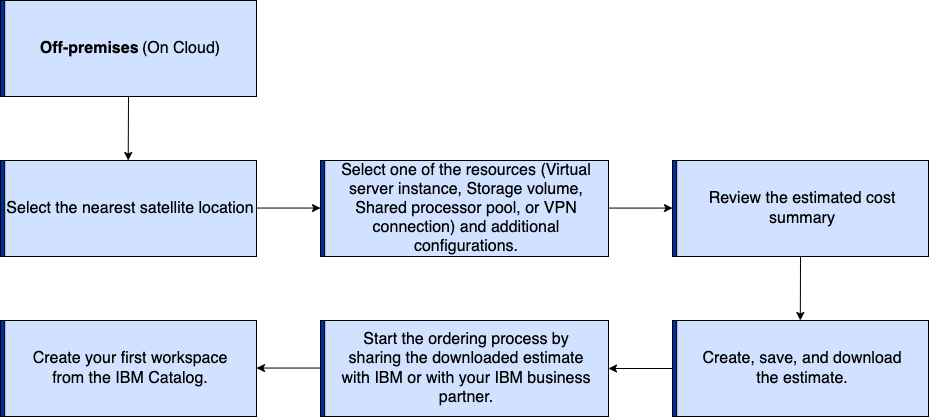
Before: figures/PowerVS-lifecycle_on-cloud.png, a diagram exported from draw.io (ibm-cloud-docs/power-iaas). Source tidied: cells renumbered, new cells last; positions are measured from the earlier drawing's top-left corner, leaving out a move shared by most shapes. The source it was exported from:
```xml
<mxGraphModel>
  <root>
    <mxCell id="0" />
    <mxCell id="1" parent="0" />
    <mxCell id="2" style="rounded=0;whiteSpace=wrap;html=1;gradientColor=#002d9c;fillColor=#002d9c;strokeColor=#000000;" parent="1" vertex="1">
      <mxGeometry width="4.2" height="96" as="geometry" />
    </mxCell>
    <mxCell id="3" value="&lt;b style=&quot;border-color: var(--border-color); text-align: left;&quot;&gt;&lt;font style=&quot;font-size: 16px;&quot; face=&quot;Helvetica&quot;&gt;Off-premises&lt;/font&gt;&lt;/b&gt;&amp;nbsp;&lt;font style=&quot;font-size: 16px;&quot; face=&quot;Helvetica&quot;&gt;(On Cloud)&lt;/font&gt;" style="rounded=0;whiteSpace=wrap;html=1;strokeColor=#000000;fillColor=#D0E2FF;" parent="1" vertex="1">
      <mxGeometry x="4.2" width="251.8" height="96" as="geometry" />
    </mxCell>
    <mxCell id="4" style="rounded=0;whiteSpace=wrap;html=1;gradientColor=#002d9c;fillColor=#002d9c;strokeColor=#000000;" parent="1" vertex="1">
      <mxGeometry y="160" width="4.2" height="96" as="geometry" />
    </mxCell>
    <mxCell id="5" value="&lt;font face=&quot;Helvetica&quot; style=&quot;font-size: 16px;&quot;&gt;Select the nearest satellite location&lt;/font&gt;" style="rounded=0;whiteSpace=wrap;html=1;strokeColor=#000000;fillColor=#D0E2FF;" parent="1" vertex="1">
      <mxGeometry x="4.2" y="160" width="251.8" height="96" as="geometry" />
    </mxCell>
    <mxCell id="6" style="rounded=0;whiteSpace=wrap;html=1;gradientColor=#002d9c;fillColor=#002d9c;strokeColor=#000000;" parent="1" vertex="1">
      <mxGeometry x="320" y="160" width="4.2" height="96" as="geometry" />
    </mxCell>
    <mxCell id="7" value="&lt;div style=&quot;border-color: var(--border-color); font-size: 16px;&quot;&gt;&lt;font face=&quot;Helvetica&quot;&gt;Select one of the resources (Virtual&lt;/font&gt;&lt;/div&gt;&lt;font face=&quot;Helvetica&quot; style=&quot;border-color: var(--border-color); text-align: left; font-size: 16px;&quot;&gt;&lt;div style=&quot;border-color: var(--border-color); text-align: center;&quot;&gt;&lt;span style=&quot;border-color: var(--border-color); background-color: initial;&quot;&gt;server instance, Storage volume,&lt;/span&gt;&lt;/div&gt;&lt;div style=&quot;border-color: var(--border-color); text-align: center;&quot;&gt;&lt;span style=&quot;border-color: var(--border-color); background-color: initial;&quot;&gt;Shared processor pool, or VPN&lt;/span&gt;&lt;/div&gt;&lt;div style=&quot;border-color: var(--border-color); text-align: center;&quot;&gt;&lt;span style=&quot;border-color: var(--border-color); background-color: initial;&quot;&gt;connection) and additional configurations.&lt;/span&gt;&lt;/div&gt;&lt;/font&gt;" style="rounded=0;whiteSpace=wrap;html=1;strokeColor=#000000;fillColor=#D0E2FF;" parent="1" vertex="1">
      <mxGeometry x="324.2" y="160" width="283.8" height="96" as="geometry" />
    </mxCell>
    <mxCell id="8" style="rounded=0;whiteSpace=wrap;html=1;gradientColor=#002d9c;fillColor=#002d9c;strokeColor=#000000;" parent="1" vertex="1">
      <mxGeometry x="672" y="160" width="4.2" height="96" as="geometry" />
    </mxCell>
    <mxCell id="9" value="&lt;font style=&quot;font-size: 16px;&quot;&gt;Review the estimated cost summary&lt;/font&gt;" style="rounded=0;whiteSpace=wrap;html=1;strokeColor=#000000;fillColor=#D0E2FF;" parent="1" vertex="1">
      <mxGeometry x="676.2" y="160" width="251.8" height="96" as="geometry" />
    </mxCell>
    <mxCell id="10" style="rounded=0;whiteSpace=wrap;html=1;gradientColor=#002d9c;fillColor=#002d9c;strokeColor=#000000;" parent="1" vertex="1">
      <mxGeometry y="320" width="4.2" height="96" as="geometry" />
    </mxCell>
    <mxCell id="11" value="&lt;font face=&quot;Helvetica&quot;&gt;&lt;font style=&quot;font-size: 16px;&quot;&gt;Create your first workspace&lt;/font&gt;&lt;span style=&quot;border-color: var(--border-color); font-size: 16px; text-align: left;&quot;&gt;&lt;br style=&quot;border-color: var(--border-color);&quot;&gt;&lt;span style=&quot;border-color: var(--border-color); background-image: initial; background-position: initial; background-size: initial; background-repeat: initial; background-attachment: initial; background-origin: initial; background-clip: initial;&quot;&gt;from the IBM&amp;nbsp;Catalog.&lt;/span&gt;&lt;/span&gt;&lt;/font&gt;" style="rounded=0;whiteSpace=wrap;html=1;strokeColor=#000000;fillColor=#D0E2FF;" parent="1" vertex="1">
      <mxGeometry x="4.2" y="320" width="251.8" height="96" as="geometry" />
    </mxCell>
    <mxCell id="12" style="rounded=0;whiteSpace=wrap;html=1;gradientColor=#002d9c;fillColor=#002d9c;strokeColor=#000000;" parent="1" vertex="1">
      <mxGeometry x="320" y="320" width="4.2" height="96" as="geometry" />
    </mxCell>
    <mxCell id="13" value="&lt;font style=&quot;font-size: 16px;&quot;&gt;Start the ordering process by sharing&amp;nbsp;&lt;/font&gt;&lt;span style=&quot;font-size: 16px; text-align: left;&quot;&gt;the downloaded estimate&lt;br&gt;with IBM or&amp;nbsp;&lt;/span&gt;&lt;span style=&quot;font-size: 16px; text-align: left;&quot;&gt;with your IBM business partner.&lt;/span&gt;" style="rounded=0;whiteSpace=wrap;html=1;strokeColor=#000000;fillColor=#D0E2FF;" parent="1" vertex="1">
      <mxGeometry x="324.2" y="320" width="283.8" height="96" as="geometry" />
    </mxCell>
    <mxCell id="14" style="rounded=0;whiteSpace=wrap;html=1;gradientColor=#002d9c;fillColor=#002d9c;strokeColor=#000000;" parent="1" vertex="1">
      <mxGeometry x="672" y="320" width="4.2" height="96" as="geometry" />
    </mxCell>
    <mxCell id="15" value="&lt;font style=&quot;font-size: 16px;&quot;&gt;Create, save, and download&lt;/font&gt;&lt;br style=&quot;border-color: var(--border-color); font-size: 16px; text-align: left;&quot;&gt;&lt;span style=&quot;font-size: 16px; text-align: left;&quot;&gt;the estimate.&lt;/span&gt;" style="rounded=0;whiteSpace=wrap;html=1;strokeColor=#000000;fillColor=#D0E2FF;" parent="1" vertex="1">
      <mxGeometry x="676.2" y="320" width="251.8" height="96" as="geometry" />
    </mxCell>
    <mxCell id="16" style="html=1;labelBackgroundColor=#ffffff;endArrow=classic;endFill=1;endSize=6;jettySize=auto;orthogonalLoop=1;strokeWidth=1;fontSize=14;rounded=0;strokeColor=#000000;fontColor=#1A1A1A;entryX=0;entryY=0.5;entryDx=0;entryDy=0;" parent="1" edge="1">
      <mxGeometry relative="1" as="geometry">
        <mxPoint x="256" y="207.6" as="sourcePoint" />
        <mxPoint x="320" y="207.6" as="targetPoint" />
      </mxGeometry>
    </mxCell>
    <mxCell id="17" style="html=1;labelBackgroundColor=#ffffff;endArrow=classic;endFill=1;endSize=6;jettySize=auto;orthogonalLoop=1;strokeWidth=1;fontSize=14;rounded=0;strokeColor=#000000;fontColor=#1A1A1A;entryX=0;entryY=0.5;entryDx=0;entryDy=0;" parent="1" edge="1">
      <mxGeometry relative="1" as="geometry">
        <mxPoint x="608" y="207.6" as="sourcePoint" />
        <mxPoint x="672" y="207.6" as="targetPoint" />
      </mxGeometry>
    </mxCell>
    <mxCell id="18" style="html=1;labelBackgroundColor=#ffffff;endArrow=classic;endFill=1;endSize=6;jettySize=auto;strokeWidth=1;fontSize=14;rounded=0;strokeColor=#000000;fontColor=#1A1A1A;exitX=0;exitY=0.5;exitDx=0;exitDy=0;" parent="1" edge="1" source="14">
      <mxGeometry relative="1" as="geometry">
        <mxPoint x="608" y="368" as="targetPoint" />
      </mxGeometry>
    </mxCell>
    <mxCell id="19" style="html=1;labelBackgroundColor=#ffffff;endArrow=classic;endFill=1;endSize=6;jettySize=auto;orthogonalLoop=1;strokeWidth=1;fontSize=14;rounded=0;strokeColor=#000000;fontColor=#1A1A1A;entryX=0;entryY=0.5;entryDx=0;entryDy=0;" parent="1" edge="1">
      <mxGeometry relative="1" as="geometry">
        <mxPoint x="320" y="367.6" as="sourcePoint" />
        <mxPoint x="256" y="367.6" as="targetPoint" />
      </mxGeometry>
    </mxCell>
    <mxCell id="20" style="html=1;labelBackgroundColor=#ffffff;endArrow=classic;endFill=1;endSize=6;jettySize=auto;strokeWidth=1;fontSize=14;rounded=0;strokeColor=#000000;fontColor=#1A1A1A;entryX=0.491;entryY=0;entryDx=0;entryDy=0;entryPerimeter=0;" parent="1" edge="1" target="15">
      <mxGeometry relative="1" as="geometry">
        <mxPoint x="800" y="256" as="sourcePoint" />
      </mxGeometry>
    </mxCell>
    <mxCell id="21" style="html=1;labelBackgroundColor=#ffffff;endArrow=classic;endFill=1;endSize=6;jettySize=auto;orthogonalLoop=1;strokeWidth=1;fontSize=14;rounded=0;strokeColor=#000000;fontColor=#1A1A1A;entryX=0.488;entryY=0.001;entryDx=0;entryDy=0;entryPerimeter=0;" parent="1" edge="1">
      <mxGeometry relative="1" as="geometry">
        <mxPoint x="128" y="96" as="sourcePoint" />
        <mxPoint x="127.7" y="160" as="targetPoint" />
      </mxGeometry>
    </mxCell>
  </root>
</mxGraphModel>
```
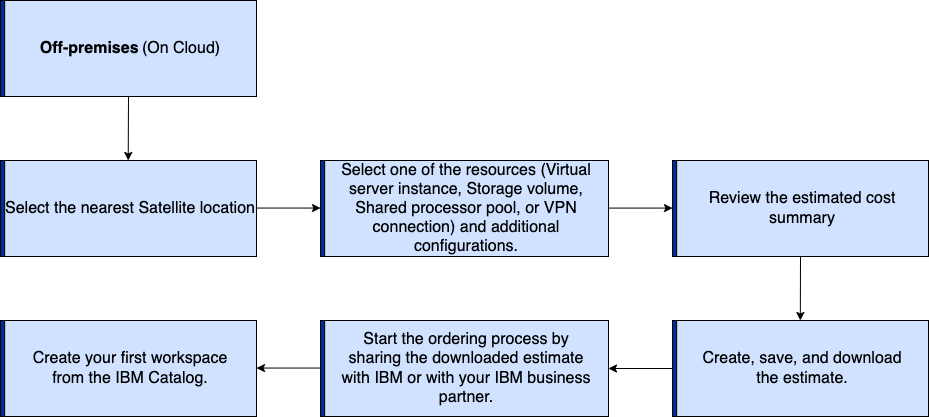
Above is the later version.

What changed in the source:
```diff
@@ -11,7 +11,7 @@
     <mxCell id="4" style="rounded=0;whiteSpace=wrap;html=1;gradientColor=#002d9c;fillColor=#002d9c;strokeColor=#000000;" parent="1" vertex="1">
       <mxGeometry y="160" width="4.2" height="96" as="geometry" />
     </mxCell>
-    <mxCell id="5" value="&lt;font face=&quot;Helvetica&quot; style=&quot;font-size: 16px;&quot;&gt;Select the nearest satellite location&lt;/font&gt;" style="rounded=0;whiteSpace=wrap;html=1;strokeColor=#000000;fillColor=#D0E2FF;" parent="1" vertex="1">
+    <mxCell id="5" value="&lt;font face=&quot;Helvetica&quot; style=&quot;font-size: 16px;&quot;&gt;Select the nearest Satellite location&lt;/font&gt;" style="rounded=0;whiteSpace=wrap;html=1;strokeColor=#000000;fillColor=#D0E2FF;" parent="1" vertex="1">
       <mxGeometry x="4.2" y="160" width="251.8" height="96" as="geometry" />
     </mxCell>
     <mxCell id="6" style="rounded=0;whiteSpace=wrap;html=1;gradientColor=#002d9c;fillColor=#002d9c;strokeColor=#000000;" parent="1" vertex="1">
```
